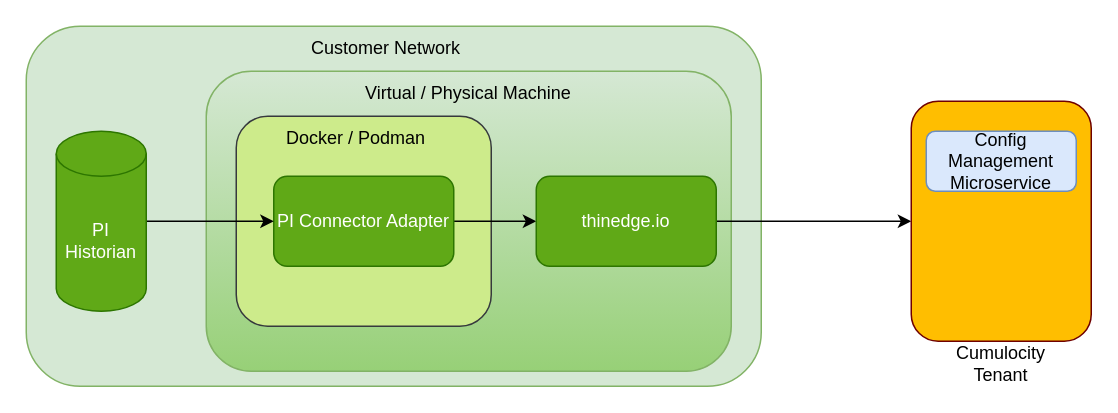
Above: Pi_Connector.drawio in Cumulocity-IoT/thin-edge-aveva-pi-connector (draw.io), before the change. Source tidied: cells renumbered, new cells numbered last; positions are measured from the earlier drawing's top-left corner, leaving out a move shared by most shapes. Both pictures are drawn from the tidied source at 150%, with x=0, y=0 at pixel (26, 26).
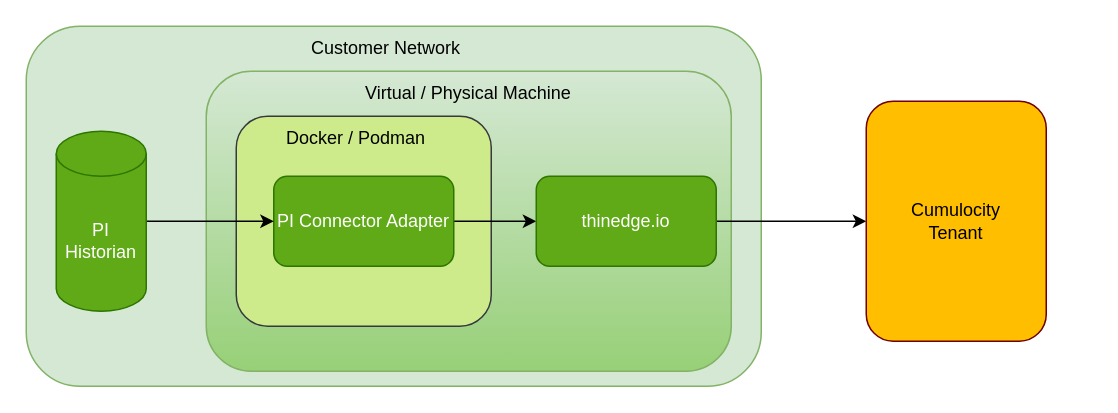
After the change.

Commit message (it also covers changes not shown here):
Updated architecture diagram

Diff of the diagram source:
```diff
@@
-<mxGraphModel>
+<mxGraphModel background="#ffffff">
   <root>
     <mxCell id="0" />
     <mxCell id="1" parent="0" />
     <mxCell id="2" style="rounded=1;whiteSpace=wrap;html=1;fillColor=#d5e8d4;strokeColor=#82b366;" parent="1" vertex="1">
       <mxGeometry width="490" height="240" as="geometry" />
     </mxCell>
     <mxCell id="3" style="rounded=1;whiteSpace=wrap;html=1;fillColor=#d5e8d4;strokeColor=#82b366;gradientColor=#97d077;" parent="1" vertex="1">
       <mxGeometry x="120" y="30" width="350" height="200" as="geometry" />
     </mxCell>
     <mxCell id="4" style="rounded=1;whiteSpace=wrap;html=1;fillColor=#cdeb8b;strokeColor=#36393d;" parent="1" vertex="1">
       <mxGeometry x="140" y="60" width="170" height="140" as="geometry" />
     </mxCell>
     <mxCell id="5" style="edgeStyle=orthogonalEdgeStyle;rounded=0;jettySize=auto;html=1;entryX=0;entryY=0.5;entryDx=0;entryDy=0;" parent="1" edge="1" source="6" target="8">
       <mxGeometry relative="1" as="geometry" />
     </mxCell>
     <mxCell id="6" value="PI Connector Adapter" style="rounded=1;whiteSpace=wrap;html=1;fillColor=#60a917;fontColor=#ffffff;strokeColor=#2D7600;" parent="1" vertex="1">
       <mxGeometry x="165" y="100" width="120" height="60" as="geometry" />
     </mxCell>
     <mxCell id="7" style="edgeStyle=orthogonalEdgeStyle;rounded=0;jettySize=auto;html=1;entryX=0;entryY=0.5;entryDx=0;entryDy=0;" parent="1" edge="1" source="8" target="14">
       <mxGeometry relative="1" as="geometry" />
     </mxCell>
     <mxCell id="8" value="thinedge.io" style="rounded=1;whiteSpace=wrap;html=1;fillColor=#60a917;fontColor=#ffffff;strokeColor=#2D7600;" parent="1" vertex="1">
       <mxGeometry x="340" y="100" width="120" height="60" as="geometry" />
     </mxCell>
     <mxCell id="9" value="Docker / Podman" style="text;html=1;whiteSpace=wrap;strokeColor=none;fillColor=none;align=center;verticalAlign=middle;rounded=0;" parent="1" vertex="1">
       <mxGeometry x="160" y="60" width="120" height="30" as="geometry" />
     </mxCell>
     <mxCell id="10" value="Virtual / Physical Machine" style="text;html=1;whiteSpace=wrap;strokeColor=none;fillColor=none;align=center;verticalAlign=middle;rounded=0;" parent="1" vertex="1">
       <mxGeometry x="225" y="30" width="140" height="30" as="geometry" />
     </mxCell>
     <mxCell id="11" value="Customer Network" style="text;html=1;whiteSpace=wrap;strokeColor=none;fillColor=none;align=center;verticalAlign=middle;rounded=0;" parent="1" vertex="1">
       <mxGeometry x="170" width="140" height="30" as="geometry" />
     </mxCell>
     <mxCell id="12" style="edgeStyle=orthogonalEdgeStyle;rounded=0;jettySize=auto;html=1;" parent="1" edge="1" source="13" target="6">
       <mxGeometry relative="1" as="geometry" />
     </mxCell>
     <mxCell id="13" value="PI Historian" style="shape=cylinder3;whiteSpace=wrap;html=1;boundedLbl=1;backgroundOutline=1;size=15;fillColor=#60a917;fontColor=#ffffff;strokeColor=#2D7600;" parent="1" vertex="1">
       <mxGeometry x="20" y="70" width="60" height="120" as="geometry" />
     </mxCell>
     <mxCell id="14" style="rounded=1;whiteSpace=wrap;html=1;fillColor=#FFBE00;strokeColor=#6F0000;fontColor=#ffffff;" parent="1" vertex="1">
-      <mxGeometry x="590" y="50" width="120" height="160" as="geometry" />
+      <mxGeometry x="560" y="50" width="120" height="160" as="geometry" />
     </mxCell>
-    <mxCell id="15" value="Config Management Microservice" style="rounded=1;whiteSpace=wrap;html=1;fillColor=#dae8fc;strokeColor=#6c8ebf;" parent="1" vertex="1">
-      <mxGeometry x="600" y="70" width="100" height="40" as="geometry" />
-    </mxCell>
     <mxCell id="16" value="Cumulocity Tenant" style="text;html=1;whiteSpace=wrap;strokeColor=none;fillColor=none;align=center;verticalAlign=middle;rounded=0;" parent="1" vertex="1">
-      <mxGeometry x="620" y="210" width="60" height="30" as="geometry" />
+      <mxGeometry x="590" y="115" width="60" height="30" as="geometry" />
     </mxCell>
   </root>
 </mxGraphModel>
```
